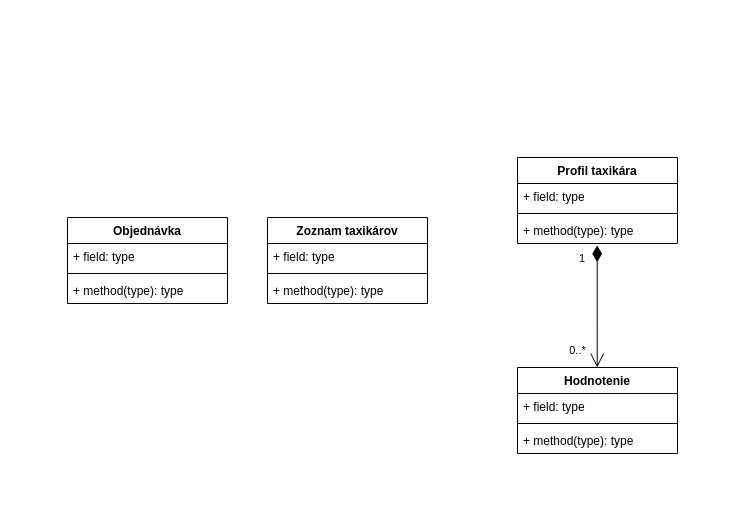
Earlier version of the draw.io diagram Untitled Diagram.drawio (Achatin/Diagrams). Source tidied: cells renumbered, new cells numbered last; positions are measured from the earlier drawing's top-left corner, leaving out a move shared by most shapes. Both pictures are drawn from the tidied source at 100%, with x=0, y=0 at pixel (67, 157).
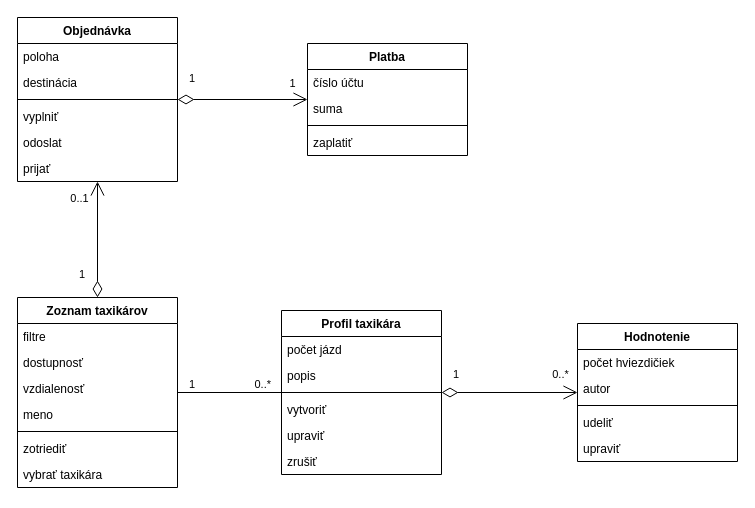
After the change.

The edit, as a diff of the source:
```diff
@@
     <mxCell id="2" value="Objednávka" style="swimlane;fontStyle=1;align=center;verticalAlign=top;horizontal=1;startSize=26;" parent="1" vertex="1">
-      <mxGeometry y="60" width="160" height="86" as="geometry" />
+      <mxGeometry x="-50" y="-140" width="160" height="164" as="geometry" />
     </mxCell>
-    <mxCell id="3" value="+ field: type" style="text;strokeColor=none;fillColor=none;align=left;verticalAlign=top;spacingLeft=4;spacingRight=4;overflow=hidden;" parent="2" vertex="1">
+    <mxCell id="3" value="poloha" style="text;strokeColor=none;fillColor=none;align=left;verticalAlign=top;spacingLeft=4;spacingRight=4;overflow=hidden;" parent="2" vertex="1">
       <mxGeometry y="26" width="160" height="26" as="geometry" />
     </mxCell>
+    <mxCell id="20" value="destinácia" style="text;strokeColor=none;fillColor=none;align=left;verticalAlign=top;spacingLeft=4;spacingRight=4;overflow=hidden;" parent="2" vertex="1">
+      <mxGeometry y="52" width="160" height="26" as="geometry" />
+    </mxCell>
     <mxCell id="4" style="line;strokeWidth=1;fillColor=none;align=left;verticalAlign=middle;spacingTop=-1;spacingLeft=3;spacingRight=3;labelPosition=right;" parent="2" vertex="1">
-      <mxGeometry y="52" width="160" height="8" as="geometry" />
+      <mxGeometry y="78" width="160" height="8" as="geometry" />
     </mxCell>
-    <mxCell id="5" value="+ method(type): type" style="text;strokeColor=none;fillColor=none;align=left;verticalAlign=top;spacingLeft=4;spacingRight=4;overflow=hidden;" parent="2" vertex="1">
-      <mxGeometry y="60" width="160" height="26" as="geometry" />
+    <mxCell id="5" value="vyplniť" style="text;strokeColor=none;fillColor=none;align=left;verticalAlign=top;spacingLeft=4;spacingRight=4;overflow=hidden;" parent="2" vertex="1">
+      <mxGeometry y="86" width="160" height="26" as="geometry" />
     </mxCell>
+    <mxCell id="21" value="odoslat" style="text;strokeColor=none;fillColor=none;align=left;verticalAlign=top;spacingLeft=4;spacingRight=4;overflow=hidden;" parent="2" vertex="1">
+      <mxGeometry y="112" width="160" height="26" as="geometry" />
+    </mxCell>
+    <mxCell id="22" value="prijať" style="text;strokeColor=none;fillColor=none;align=left;verticalAlign=top;spacingLeft=4;spacingRight=4;overflow=hidden;" parent="2" vertex="1">
+      <mxGeometry y="138" width="160" height="26" as="geometry" />
+    </mxCell>
     <mxCell id="6" value="Zoznam taxikárov" style="swimlane;fontStyle=1;align=center;verticalAlign=top;horizontal=1;startSize=26;" parent="1" vertex="1">
-      <mxGeometry x="200" y="60" width="160" height="86" as="geometry" />
+      <mxGeometry x="-50" y="140" width="160" height="190" as="geometry" />
     </mxCell>
-    <mxCell id="7" value="+ field: type" style="text;strokeColor=none;fillColor=none;align=left;verticalAlign=top;spacingLeft=4;spacingRight=4;overflow=hidden;" parent="6" vertex="1">
+    <mxCell id="7" value="filtre" style="text;strokeColor=none;fillColor=none;align=left;verticalAlign=top;spacingLeft=4;spacingRight=4;overflow=hidden;" parent="6" vertex="1">
       <mxGeometry y="26" width="160" height="26" as="geometry" />
     </mxCell>
+    <mxCell id="23" value="dostupnosť" style="text;strokeColor=none;fillColor=none;align=left;verticalAlign=top;spacingLeft=4;spacingRight=4;overflow=hidden;" parent="6" vertex="1">
+      <mxGeometry y="52" width="160" height="26" as="geometry" />
+    </mxCell>
+    <mxCell id="24" value="vzdialenosť" style="text;strokeColor=none;fillColor=none;align=left;verticalAlign=top;spacingLeft=4;spacingRight=4;overflow=hidden;" parent="6" vertex="1">
+      <mxGeometry y="78" width="160" height="26" as="geometry" />
+    </mxCell>
+    <mxCell id="25" value="meno" style="text;strokeColor=none;fillColor=none;align=left;verticalAlign=top;spacingLeft=4;spacingRight=4;overflow=hidden;" parent="6" vertex="1">
+      <mxGeometry y="104" width="160" height="26" as="geometry" />
+    </mxCell>
     <mxCell id="8" style="line;strokeWidth=1;fillColor=none;align=left;verticalAlign=middle;spacingTop=-1;spacingLeft=3;spacingRight=3;labelPosition=right;" parent="6" vertex="1">
-      <mxGeometry y="52" width="160" height="8" as="geometry" />
+      <mxGeometry y="130" width="160" height="8" as="geometry" />
     </mxCell>
-    <mxCell id="9" value="+ method(type): type" style="text;strokeColor=none;fillColor=none;align=left;verticalAlign=top;spacingLeft=4;spacingRight=4;overflow=hidden;" parent="6" vertex="1">
-      <mxGeometry y="60" width="160" height="26" as="geometry" />
+    <mxCell id="9" value="zotriediť" style="text;strokeColor=none;fillColor=none;align=left;verticalAlign=top;spacingLeft=4;spacingRight=4;overflow=hidden;" parent="6" vertex="1">
+      <mxGeometry y="138" width="160" height="26" as="geometry" />
     </mxCell>
+    <mxCell id="26" value="vybrať taxikára" style="text;strokeColor=none;fillColor=none;align=left;verticalAlign=top;spacingLeft=4;spacingRight=4;overflow=hidden;" parent="6" vertex="1">
+      <mxGeometry y="164" width="160" height="26" as="geometry" />
+    </mxCell>
     <mxCell id="10" value="Hodnotenie" style="swimlane;fontStyle=1;align=center;verticalAlign=top;horizontal=1;startSize=26;" parent="1" vertex="1">
-      <mxGeometry x="450" y="210" width="160" height="86" as="geometry" />
+      <mxGeometry x="510" y="166" width="160" height="138" as="geometry" />
     </mxCell>
-    <mxCell id="11" value="+ field: type" style="text;strokeColor=none;fillColor=none;align=left;verticalAlign=top;spacingLeft=4;spacingRight=4;overflow=hidden;" parent="10" vertex="1">
+    <mxCell id="11" value="počet hviezdičiek" style="text;strokeColor=none;fillColor=none;align=left;verticalAlign=top;spacingLeft=4;spacingRight=4;overflow=hidden;" parent="10" vertex="1">
       <mxGeometry y="26" width="160" height="26" as="geometry" />
     </mxCell>
+    <mxCell id="27" value="autor" style="text;strokeColor=none;fillColor=none;align=left;verticalAlign=top;spacingLeft=4;spacingRight=4;overflow=hidden;" parent="10" vertex="1">
+      <mxGeometry y="52" width="160" height="26" as="geometry" />
+    </mxCell>
     <mxCell id="12" style="line;strokeWidth=1;fillColor=none;align=left;verticalAlign=middle;spacingTop=-1;spacingLeft=3;spacingRight=3;labelPosition=right;" parent="10" vertex="1">
-      <mxGeometry y="52" width="160" height="8" as="geometry" />
+      <mxGeometry y="78" width="160" height="8" as="geometry" />
     </mxCell>
-    <mxCell id="13" value="+ method(type): type" style="text;strokeColor=none;fillColor=none;align=left;verticalAlign=top;spacingLeft=4;spacingRight=4;overflow=hidden;" parent="10" vertex="1">
-      <mxGeometry y="60" width="160" height="26" as="geometry" />
+    <mxCell id="13" value="udeliť" style="text;strokeColor=none;fillColor=none;align=left;verticalAlign=top;spacingLeft=4;spacingRight=4;overflow=hidden;" parent="10" vertex="1">
+      <mxGeometry y="86" width="160" height="26" as="geometry" />
     </mxCell>
+    <mxCell id="28" value="upraviť" style="text;strokeColor=none;fillColor=none;align=left;verticalAlign=top;spacingLeft=4;spacingRight=4;overflow=hidden;" parent="10" vertex="1">
+      <mxGeometry y="112" width="160" height="26" as="geometry" />
+    </mxCell>
     <mxCell id="14" value="Profil taxikára" style="swimlane;fontStyle=1;align=center;verticalAlign=top;horizontal=1;startSize=26;" parent="1" vertex="1">
-      <mxGeometry x="450" width="160" height="86" as="geometry" />
+      <mxGeometry x="214" y="153" width="160" height="164" as="geometry" />
     </mxCell>
-    <mxCell id="15" value="+ field: type" style="text;strokeColor=none;fillColor=none;align=left;verticalAlign=top;spacingLeft=4;spacingRight=4;overflow=hidden;" parent="14" vertex="1">
+    <mxCell id="15" value="počet jázd" style="text;strokeColor=none;fillColor=none;align=left;verticalAlign=top;spacingLeft=4;spacingRight=4;overflow=hidden;" parent="14" vertex="1">
       <mxGeometry y="26" width="160" height="26" as="geometry" />
     </mxCell>
+    <mxCell id="29" value="popis" style="text;strokeColor=none;fillColor=none;align=left;verticalAlign=top;spacingLeft=4;spacingRight=4;overflow=hidden;" parent="14" vertex="1">
+      <mxGeometry y="52" width="160" height="26" as="geometry" />
+    </mxCell>
     <mxCell id="16" style="line;strokeWidth=1;fillColor=none;align=left;verticalAlign=middle;spacingTop=-1;spacingLeft=3;spacingRight=3;labelPosition=right;" parent="14" vertex="1">
-      <mxGeometry y="52" width="160" height="8" as="geometry" />
+      <mxGeometry y="78" width="160" height="8" as="geometry" />
     </mxCell>
-    <mxCell id="17" value="+ method(type): type" style="text;strokeColor=none;fillColor=none;align=left;verticalAlign=top;spacingLeft=4;spacingRight=4;overflow=hidden;points=[[0,0.5],[1,0.5]];portConstraint=eastwest;" parent="14" vertex="1">
-      <mxGeometry y="60" width="160" height="26" as="geometry" />
+    <mxCell id="17" value="vytvoriť" style="text;strokeColor=none;fillColor=none;align=left;verticalAlign=top;spacingLeft=4;spacingRight=4;overflow=hidden;points=[[0,0.5],[1,0.5]];portConstraint=eastwest;" parent="14" vertex="1">
+      <mxGeometry y="86" width="160" height="26" as="geometry" />
     </mxCell>
-    <mxCell id="18" value="1" style="endArrow=open;html=1;endSize=12;startArrow=diamondThin;startSize=14;startFill=1;edgeStyle=orthogonalEdgeStyle;align=left;verticalAlign=bottom;rounded=0;exitX=0.498;exitY=1.069;exitDx=0;exitDy=0;exitPerimeter=0;" parent="1" edge="1" source="17" target="10">
-      <mxGeometry x="-0.64" y="-20" relative="1" as="geometry">
-        <Array as="points">
-          <mxPoint x="530" y="170" />
-          <mxPoint x="530" y="170" />
-        </Array>
-      </mxGeometry>
-    </mxCell>
+    <mxCell id="30" value="upraviť" style="text;strokeColor=none;fillColor=none;align=left;verticalAlign=top;spacingLeft=4;spacingRight=4;overflow=hidden;" parent="14" vertex="1">
+      <mxGeometry y="112" width="160" height="26" as="geometry" />
+    </mxCell>
+    <mxCell id="31" value="zrušiť" style="text;strokeColor=none;fillColor=none;align=left;verticalAlign=top;spacingLeft=4;spacingRight=4;overflow=hidden;" parent="14" vertex="1">
+      <mxGeometry y="138" width="160" height="26" as="geometry" />
+    </mxCell>
+    <mxCell id="32" style="endArrow=none;html=1;edgeStyle=orthogonalEdgeStyle;rounded=0;" parent="1" edge="1" source="6" target="14">
+      <mxGeometry relative="1" as="geometry" />
+    </mxCell>
+    <mxCell id="33" value="1" style="edgeLabel;html=1;align=left;verticalAlign=bottom;" parent="32" vertex="1">
+      <mxGeometry x="-1" relative="1" as="geometry">
+        <mxPoint x="10" as="offset" />
+      </mxGeometry>
+    </mxCell>
+    <mxCell id="34" value="0..*" style="edgeLabel;html=1;align=right;verticalAlign=bottom;" parent="32" vertex="1">
+      <mxGeometry x="1" relative="1" as="geometry">
+        <mxPoint x="-10" as="offset" />
+      </mxGeometry>
+    </mxCell>
+    <mxCell id="35" value="1" style="endArrow=open;html=1;endSize=12;startArrow=diamondThin;startSize=14;startFill=0;edgeStyle=orthogonalEdgeStyle;align=left;verticalAlign=bottom;rounded=0;" parent="1" edge="1" source="14" target="10">
+      <mxGeometry x="-0.85" y="9" relative="1" as="geometry" />
+    </mxCell>
-    <mxCell id="19" value="0..*" style="edgeLabel;html=1;align=center;verticalAlign=middle;" parent="18" vertex="1">
-      <mxGeometry x="0.72" y="3" relative="1" as="geometry">
-        <mxPoint x="-23" as="offset" />
+    <mxCell id="19" value="0..*" style="edgeLabel;html=1;align=center;verticalAlign=middle;" parent="35" vertex="1">
+      <mxGeometry x="0.74" y="-3" relative="1" as="geometry">
+        <mxPoint y="-22" as="offset" />
       </mxGeometry>
     </mxCell>
+    <mxCell id="36" value="1" style="endArrow=open;html=1;endSize=12;startArrow=diamondThin;startSize=14;startFill=0;edgeStyle=orthogonalEdgeStyle;align=left;verticalAlign=bottom;rounded=0;exitX=0.5;exitY=0;exitDx=0;exitDy=0;" parent="1" edge="1" source="6" target="2">
+      <mxGeometry x="-0.76" y="20" relative="1" as="geometry" />
+    </mxCell>
+    <mxCell id="37" value="0..1" style="edgeLabel;html=1;align=center;verticalAlign=middle;" parent="36" vertex="1">
+      <mxGeometry x="0.86" y="3" relative="1" as="geometry">
+        <mxPoint x="-16" y="8" as="offset" />
+      </mxGeometry>
+    </mxCell>
+    <mxCell id="38" value="Platba" style="swimlane;fontStyle=1;align=center;verticalAlign=top;horizontal=1;startSize=26;" parent="1" vertex="1">
+      <mxGeometry x="240" y="-114" width="160" height="112" as="geometry" />
+    </mxCell>
+    <mxCell id="39" value="číslo účtu" style="text;strokeColor=none;fillColor=none;align=left;verticalAlign=top;spacingLeft=4;spacingRight=4;overflow=hidden;" parent="38" vertex="1">
+      <mxGeometry y="26" width="160" height="26" as="geometry" />
+    </mxCell>
+    <mxCell id="40" value="suma" style="text;strokeColor=none;fillColor=none;align=left;verticalAlign=top;spacingLeft=4;spacingRight=4;overflow=hidden;" parent="38" vertex="1">
+      <mxGeometry y="52" width="160" height="26" as="geometry" />
+    </mxCell>
+    <mxCell id="41" style="line;strokeWidth=1;fillColor=none;align=left;verticalAlign=middle;spacingTop=-1;spacingLeft=3;spacingRight=3;labelPosition=right;" parent="38" vertex="1">
+      <mxGeometry y="78" width="160" height="8" as="geometry" />
+    </mxCell>
+    <mxCell id="42" value="zaplatiť" style="text;strokeColor=none;fillColor=none;align=left;verticalAlign=top;spacingLeft=4;spacingRight=4;overflow=hidden;" parent="38" vertex="1">
+      <mxGeometry y="86" width="160" height="26" as="geometry" />
+    </mxCell>
+    <mxCell id="43" value="1" style="endArrow=open;html=1;endSize=12;startArrow=diamondThin;startSize=14;startFill=0;edgeStyle=orthogonalEdgeStyle;align=left;verticalAlign=bottom;rounded=0;" parent="1" edge="1" source="2" target="38">
+      <mxGeometry x="-0.85" y="12" relative="1" as="geometry" />
+    </mxCell>
+    <mxCell id="44" value="1" style="edgeLabel;html=1;align=center;verticalAlign=middle;" parent="43" vertex="1">
+      <mxGeometry x="0.76" y="3" relative="1" as="geometry">
+        <mxPoint y="-14" as="offset" />
+      </mxGeometry>
+    </mxCell>
```
